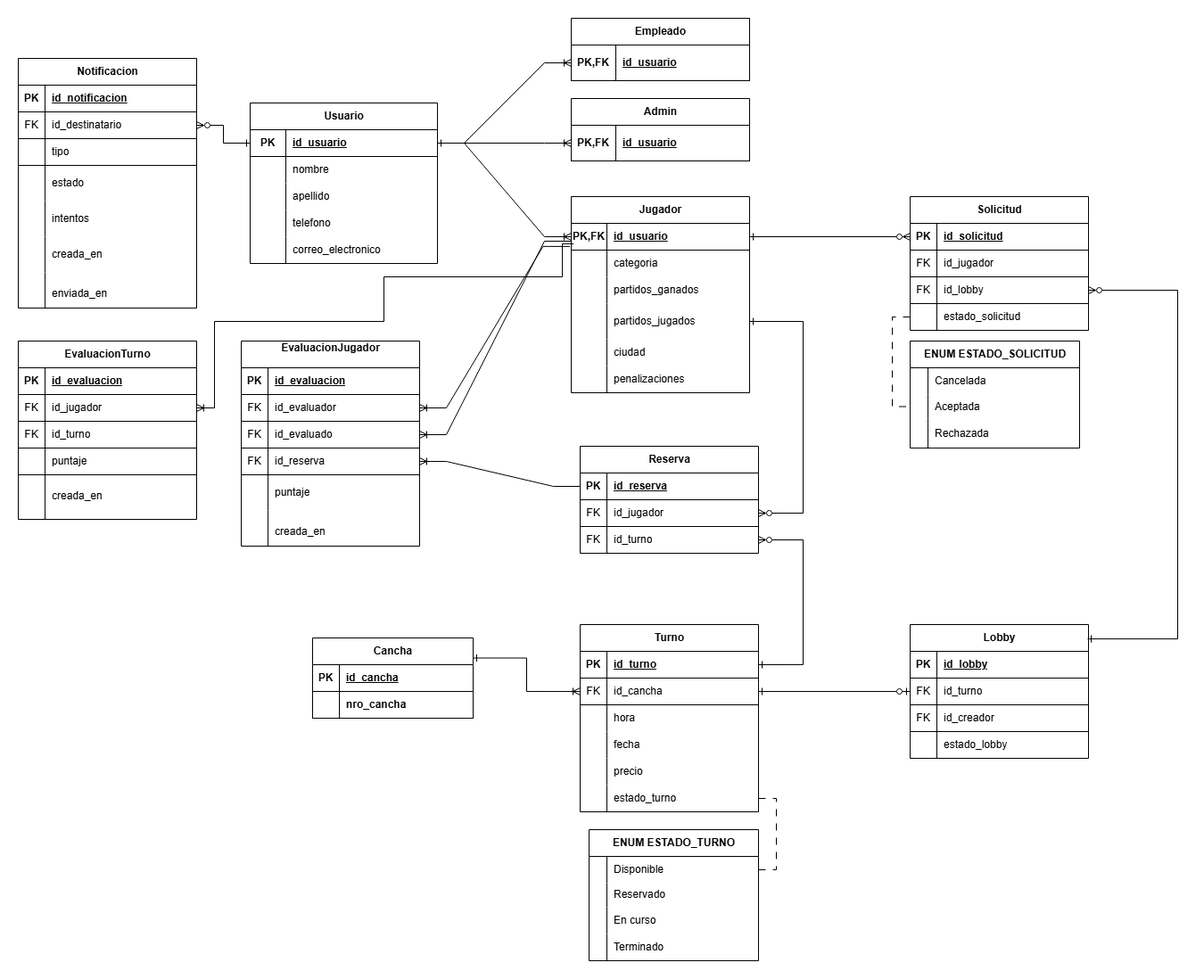
This is Documentacion/C12E3 - ModeloDeDatosFormatoTabla.png from LautyNahid/proyecto-turnero-AyD, a draw.io export, as it was before one commit. Source tidied: cells renumbered, new cells last; positions are measured from the earlier drawing's top-left corner, leaving out a move shared by most shapes.
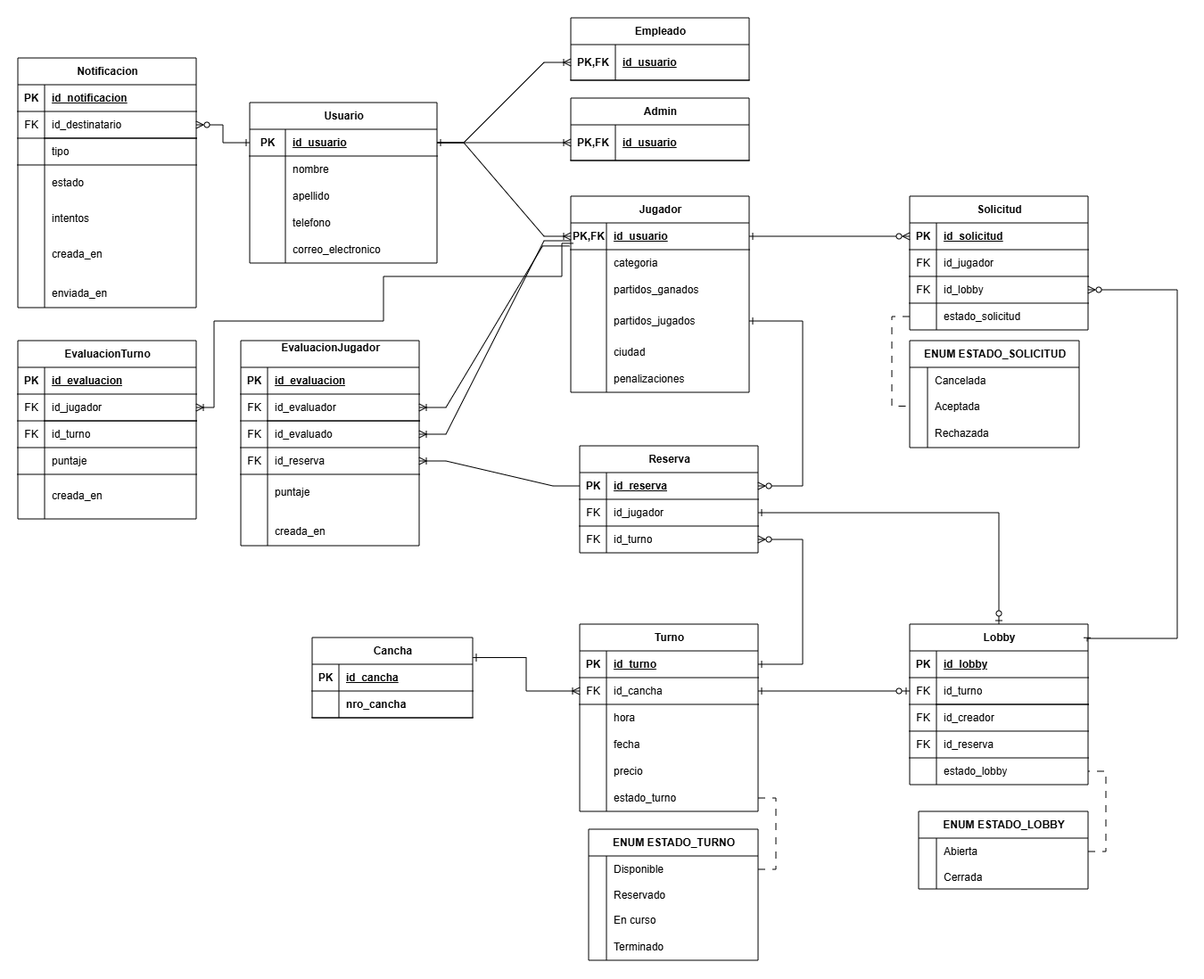
The same file after the commit.

Commit message:
Modelos de datos corregido

Diff of the diagram source:
```diff
@@ -152,8 +152,11 @@
     <mxCell id="51" value="nro_cancha" style="shape=partialRectangle;fillColor=none;top=0;left=0;bottom=0;right=0;align=left;spacingLeft=6;fontStyle=1;overflow=hidden;whiteSpace=wrap;html=1;" parent="49" vertex="1">
       <mxGeometry x="30" width="150" height="30" as="geometry" />
     </mxCell>
+    <mxCell id="204" style="edgeStyle=orthogonalEdgeStyle;rounded=0;jettySize=auto;html=1;exitX=0.5;exitY=0;exitDx=0;exitDy=0;entryX=1;entryY=0.5;entryDx=0;entryDy=0;startArrow=ERzeroToOne;startFill=0;endArrow=ERone;endFill=0;" parent="1" edge="1" source="52" target="25">
+      <mxGeometry relative="1" as="geometry" />
+    </mxCell>
     <mxCell id="52" value="Lobby" style="shape=table;startSize=30;rowLines=0;fontStyle=1;align=center;html=1;" parent="1" vertex="1">
-      <mxGeometry x="1000" y="680" width="200" height="150" as="geometry" />
+      <mxGeometry x="1000" y="680" width="200" height="180" as="geometry" />
     </mxCell>
     <mxCell id="53" style="shape=tableRow;horizontal=0;startSize=0;swimlaneHead=0;swimlaneBody=0;fillColor=none;top=0;left=0;right=0;bottom=1;" parent="52" vertex="1">
       <mxGeometry y="30" width="200" height="30" as="geometry" />
@@ -182,8 +185,17 @@
     <mxCell id="61" value="id_creador" style="shape=partialRectangle;fillColor=none;top=0;left=0;bottom=0;right=0;align=left;spacingLeft=6;overflow=hidden;whiteSpace=wrap;html=1;" parent="59" vertex="1">
       <mxGeometry x="30" width="170" height="30" as="geometry" />
     </mxCell>
+    <mxCell id="205" style="shape=tableRow;horizontal=0;startSize=0;swimlaneHead=0;swimlaneBody=0;fillColor=none;top=0;left=0;right=0;bottom=1;" parent="52" vertex="1">
+      <mxGeometry y="120" width="200" height="30" as="geometry" />
+    </mxCell>
+    <mxCell id="206" value="FK" style="shape=partialRectangle;fillColor=none;top=0;left=0;bottom=0;right=0;overflow=hidden;whiteSpace=wrap;html=1;" parent="205" vertex="1">
+      <mxGeometry width="30" height="30" as="geometry" />
+    </mxCell>
+    <mxCell id="207" value="id_reserva" style="shape=partialRectangle;fillColor=none;top=0;left=0;bottom=0;right=0;align=left;spacingLeft=6;overflow=hidden;whiteSpace=wrap;html=1;" parent="205" vertex="1">
+      <mxGeometry x="30" width="170" height="30" as="geometry" />
+    </mxCell>
     <mxCell id="62" style="shape=tableRow;horizontal=0;startSize=0;swimlaneHead=0;swimlaneBody=0;fillColor=none;points=[[0,0.5],[1,0.5]];portConstraint=eastwest;top=0;left=0;right=0;bottom=0;" parent="52" vertex="1">
-      <mxGeometry y="120" width="200" height="30" as="geometry" />
+      <mxGeometry y="150" width="200" height="30" as="geometry" />
     </mxCell>
     <mxCell id="63" style="shape=partialRectangle;fillColor=none;top=0;left=0;bottom=0;right=0;overflow=hidden;whiteSpace=wrap;html=1;" parent="62" vertex="1">
       <mxGeometry width="30" height="30" as="geometry" />
@@ -409,10 +421,10 @@
         </Array>
       </mxGeometry>
     </mxCell>
-    <mxCell id="136" style="edgeStyle=orthogonalEdgeStyle;fontSize=12;html=1;endArrow=ERone;rounded=0;entryX=1;entryY=0.5;entryDx=0;entryDy=0;exitX=1;exitY=0.5;exitDx=0;exitDy=0;endFill=0;startArrow=ERzeroToMany;startFill=0;" parent="1" edge="1" source="25" target="12">
+    <mxCell id="136" style="edgeStyle=orthogonalEdgeStyle;fontSize=12;html=1;endArrow=ERone;rounded=0;entryX=1;entryY=0.5;entryDx=0;entryDy=0;exitX=1;exitY=0.5;exitDx=0;exitDy=0;endFill=0;startArrow=ERzeroToMany;startFill=0;" parent="1" edge="1" source="22" target="12">
       <mxGeometry relative="1" as="geometry">
         <Array as="points">
-          <mxPoint x="880" y="555" />
+          <mxPoint x="880" y="525" />
           <mxPoint x="880" y="340" />
         </Array>
       </mxGeometry>
@@ -633,5 +645,29 @@
         </Array>
       </mxGeometry>
     </mxCell>
+    <mxCell id="208" value="ENUM ESTADO_LOBBY" style="shape=table;startSize=30;rowLines=0;fontStyle=1;align=center;html=1;" parent="1" vertex="1">
+      <mxGeometry x="1010" y="890" width="190" height="87" as="geometry" />
+    </mxCell>
+    <mxCell id="209" style="shape=tableRow;horizontal=0;startSize=0;swimlaneHead=0;swimlaneBody=0;fillColor=none;points=[[0,0.5],[1,0.5]];portConstraint=eastwest;top=0;left=0;right=0;bottom=0;" parent="208" vertex="1">
+      <mxGeometry y="30" width="190" height="30" as="geometry" />
+    </mxCell>
+    <mxCell id="210" style="shape=partialRectangle;fillColor=none;top=0;left=0;bottom=0;right=0;overflow=hidden;whiteSpace=wrap;html=1;" parent="209" vertex="1">
+      <mxGeometry width="20" height="30" as="geometry" />
+    </mxCell>
+    <mxCell id="211" value="Abierta" style="shape=partialRectangle;fillColor=none;top=0;left=0;bottom=0;right=0;align=left;spacingLeft=6;overflow=hidden;whiteSpace=wrap;html=1;" parent="209" vertex="1">
+      <mxGeometry x="20" width="170" height="30" as="geometry" />
+    </mxCell>
+    <mxCell id="212" style="shape=tableRow;horizontal=0;startSize=0;swimlaneHead=0;swimlaneBody=0;fillColor=none;top=0;left=0;right=0;bottom=0;" parent="208" vertex="1">
+      <mxGeometry y="60" width="190" height="27" as="geometry" />
+    </mxCell>
+    <mxCell id="213" style="shape=partialRectangle;fillColor=none;top=0;left=0;bottom=0;right=0;overflow=hidden;whiteSpace=wrap;html=1;" parent="212" vertex="1">
+      <mxGeometry width="20" height="27" as="geometry" />
+    </mxCell>
+    <mxCell id="214" value="Cerrada" style="shape=partialRectangle;fillColor=none;top=0;left=0;bottom=0;right=0;align=left;spacingLeft=6;overflow=hidden;whiteSpace=wrap;html=1;" parent="212" vertex="1">
+      <mxGeometry x="20" width="170" height="27" as="geometry" />
+    </mxCell>
+    <mxCell id="215" style="edgeStyle=orthogonalEdgeStyle;rounded=0;jettySize=auto;html=1;exitX=1;exitY=0.5;exitDx=0;exitDy=0;entryX=1;entryY=0.5;entryDx=0;entryDy=0;endArrow=none;endFill=0;dashed=1;dashPattern=8 8;" parent="1" edge="1" source="209" target="62">
+      <mxGeometry relative="1" as="geometry" />
+    </mxCell>
   </root>
 </mxGraphModel>
```
